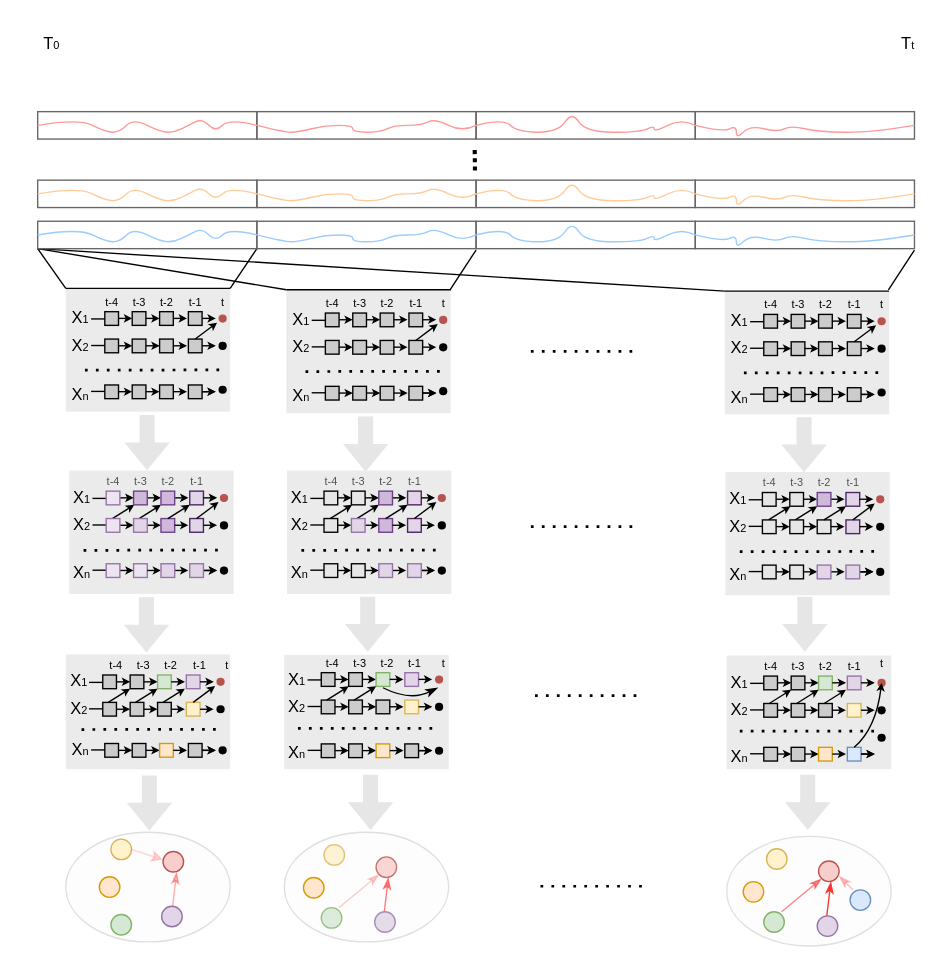
Earlier version of the draw.io diagram Causal.drawio (hzb29/hzb29). Source tidied: cells renumbered, new cells numbered last; positions are measured from the earlier drawing's top-left corner, leaving out a move shared by most shapes. Both pictures are drawn from the tidied source at 137%, with x=0, y=0 at pixel (23, 23).
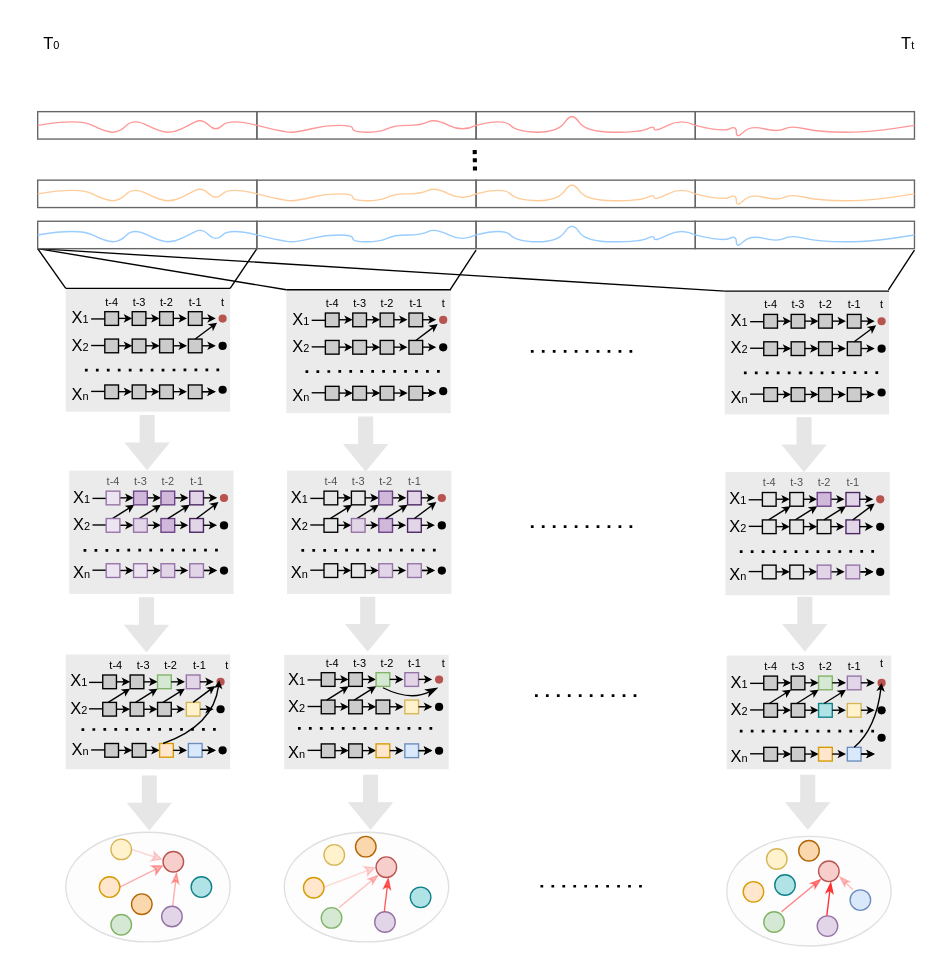
After the change.

The change refers to these unchanged cells:
```xml
<mxCell id="28" style="rounded=0;whiteSpace=wrap;html=1;fillColor=#ffe6cc;strokeColor=#d79b00;" parent="1" vertex="1">
  <mxGeometry x="99" y="525.2" width="10" height="10" as="geometry" />
</mxCell>
<mxCell id="133" style="group;" parent="1" vertex="1">
  <mxGeometry x="190" y="590" width="120" height="80" as="geometry" />
</mxCell>
<mxCell id="136" style="ellipse;whiteSpace=wrap;html=1;fillColor=#f8cecc;strokeColor=#b85450;" parent="133" vertex="1">
  <mxGeometry x="67" y="18" width="15" height="15" as="geometry" />
</mxCell>
<mxCell id="142" style="group;" parent="1" vertex="1">
  <mxGeometry x="513" y="593" width="120" height="80" as="geometry" />
</mxCell>
<mxCell id="201" style="group;" parent="1" vertex="1">
  <mxGeometry x="30.5" y="590" width="120" height="80" as="geometry" />
</mxCell>
<mxCell id="209" style="ellipse;whiteSpace=wrap;html=1;fillColor=#ffe6cc;strokeColor=#d79b00;" parent="201" vertex="1">
  <mxGeometry x="24.5" y="32.5" width="15" height="15" as="geometry" />
</mxCell>
```

The edit, as a diff of the source:
```diff
@@
-    <mxCell id="11" style="rounded=0;whiteSpace=wrap;html=1;fillColor=#CCCCCC;strokeColor=#000000;" parent="1" vertex="1">
+    <mxCell id="11" style="rounded=0;whiteSpace=wrap;html=1;fillColor=#dae8fc;strokeColor=#6c8ebf;" parent="1" vertex="1">
       <mxGeometry x="120" y="525.2" width="10" height="10" as="geometry" />
     </mxCell>
@@
-    <mxCell id="57" style="rounded=0;whiteSpace=wrap;html=1;fillColor=#CCCCCC;strokeColor=#000000;" parent="1" vertex="1">
+    <mxCell id="57" style="rounded=0;whiteSpace=wrap;html=1;fillColor=#dae8fc;strokeColor=#6c8ebf;" parent="1" vertex="1">
       <mxGeometry x="278" y="525.5" width="10" height="10" as="geometry" />
     </mxCell>
@@
-    <mxCell id="111" style="rounded=0;whiteSpace=wrap;html=1;fillColor=#CCCCCC;" parent="1" vertex="1">
+    <mxCell id="111" style="rounded=0;whiteSpace=wrap;html=1;fillColor=#b0e3e6;strokeColor=#0e8088;" parent="1" vertex="1">
       <mxGeometry x="580" y="496" width="10" height="10" as="geometry" />
     </mxCell>
@@
+    <mxCell id="140" style="ellipse;whiteSpace=wrap;html=1;fillColor=#f5f5f5;fontColor=#333333;strokeColor=#666666;opacity=20;" parent="133" vertex="1">
+      <mxGeometry width="120" height="80" as="geometry" />
+    </mxCell>
@@
-    <mxCell id="140" style="ellipse;whiteSpace=wrap;html=1;fillColor=#f5f5f5;fontColor=#333333;strokeColor=#666666;opacity=20;" parent="133" vertex="1">
-      <mxGeometry width="120" height="80" as="geometry" />
-    </mxCell>
@@
+    <mxCell id="484" style="endArrow=classic;html=1;rounded=0;exitX=1;exitY=0.5;exitDx=0;exitDy=0;fillColor=#dae8fc;strokeColor=#FF3333;opacity=20;endFill=1;entryX=0;entryY=0.5;entryDx=0;entryDy=0;" parent="133" edge="1" target="136">
+      <mxGeometry relative="1" as="geometry">
+        <mxPoint x="29" y="40" as="sourcePoint" />
+      </mxGeometry>
+    </mxCell>
+    <mxCell id="485" style="ellipse;whiteSpace=wrap;html=1;fillColor=#fad7ac;strokeColor=#b46504;" parent="133" vertex="1">
+      <mxGeometry x="52" y="3" width="15" height="15" as="geometry" />
+    </mxCell>
+    <mxCell id="486" style="ellipse;whiteSpace=wrap;html=1;fillColor=#b0e3e6;strokeColor=#0e8088;" parent="133" vertex="1">
+      <mxGeometry x="92" y="40" width="15" height="15" as="geometry" />
+    </mxCell>
@@
+    <mxCell id="487" style="ellipse;whiteSpace=wrap;html=1;fillColor=#b0e3e6;strokeColor=#0e8088;" parent="142" vertex="1">
+      <mxGeometry x="35" y="28" width="15" height="15" as="geometry" />
+    </mxCell>
+    <mxCell id="488" style="ellipse;whiteSpace=wrap;html=1;fillColor=#fad7ac;strokeColor=#b46504;" parent="142" vertex="1">
+      <mxGeometry x="52.5" y="3" width="15" height="15" as="geometry" />
+    </mxCell>
@@
+    <mxCell id="489" style="ellipse;whiteSpace=wrap;html=1;fillColor=#b0e3e6;strokeColor=#0e8088;" parent="201" vertex="1">
+      <mxGeometry x="91.5" y="32.5" width="15" height="15" as="geometry" />
+    </mxCell>
+    <mxCell id="490" style="ellipse;whiteSpace=wrap;html=1;fillColor=#fad7ac;strokeColor=#b46504;" parent="201" vertex="1">
+      <mxGeometry x="48" y="45" width="15" height="15" as="geometry" />
+    </mxCell>
@@
+    <mxCell id="491" style="curved=1;endArrow=classic;html=1;rounded=0;endSize=3;exitX=0.25;exitY=0;exitDx=0;exitDy=0;entryX=0.403;entryY=0.829;entryDx=0;entryDy=0;entryPerimeter=0;" parent="1" edge="1" source="28">
+      <mxGeometry relative="1" as="geometry">
+        <mxPoint x="142.5" y="479" as="targetPoint" />
+        <Array as="points">
+          <mxPoint x="138.5" y="512" />
+        </Array>
+      </mxGeometry>
+    </mxCell>
+    <mxCell id="492" style="endArrow=classic;html=1;rounded=0;exitX=1;exitY=0.5;exitDx=0;exitDy=0;fillColor=#dae8fc;strokeColor=#FF3333;opacity=40;endFill=1;" parent="1" edge="1" source="209">
+      <mxGeometry relative="1" as="geometry">
+        <mxPoint x="102" y="614" as="targetPoint" />
+      </mxGeometry>
+    </mxCell>
```
